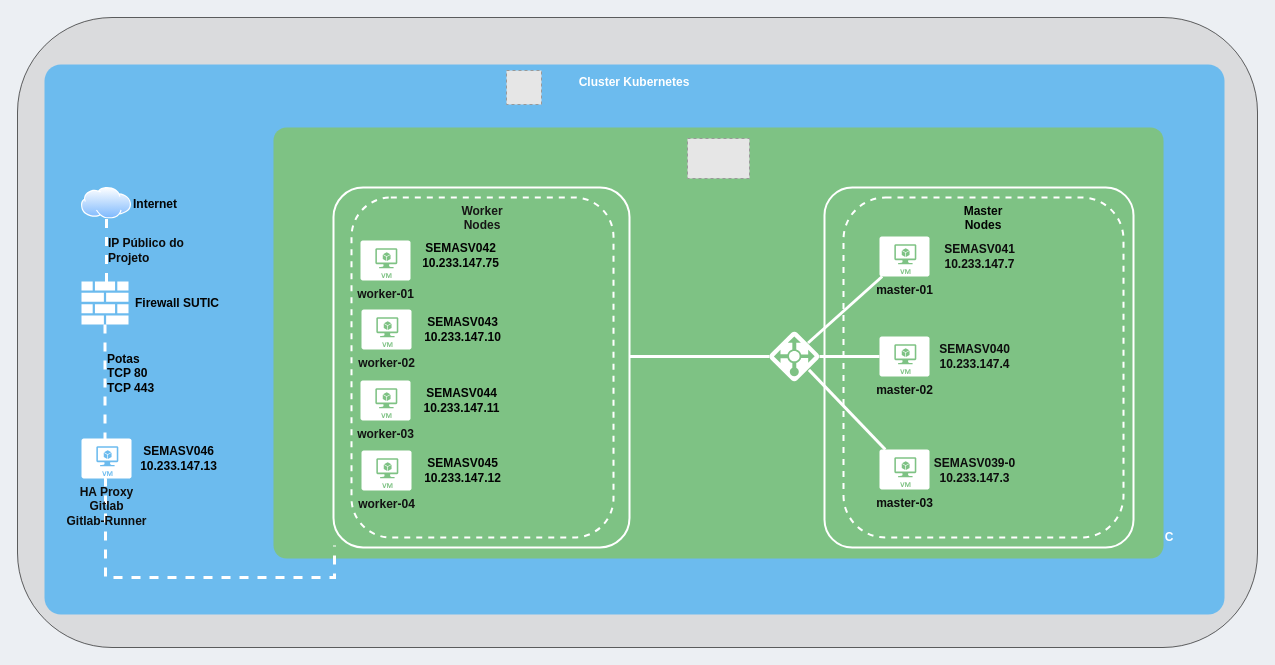
The draw.io diagram infrageral-sema.drawio in dionepcs/ghkskkdhsema, before the edit. Source tidied: cells renumbered, new cells numbered last; positions are measured from the earlier drawing's top-left corner, leaving out a move shared by most shapes. Both pictures are drawn from the tidied source at 100%, with x=0, y=0 at pixel (17, 17). Pictures stored in the file or linked from it are replaced by grey dashed boxes.
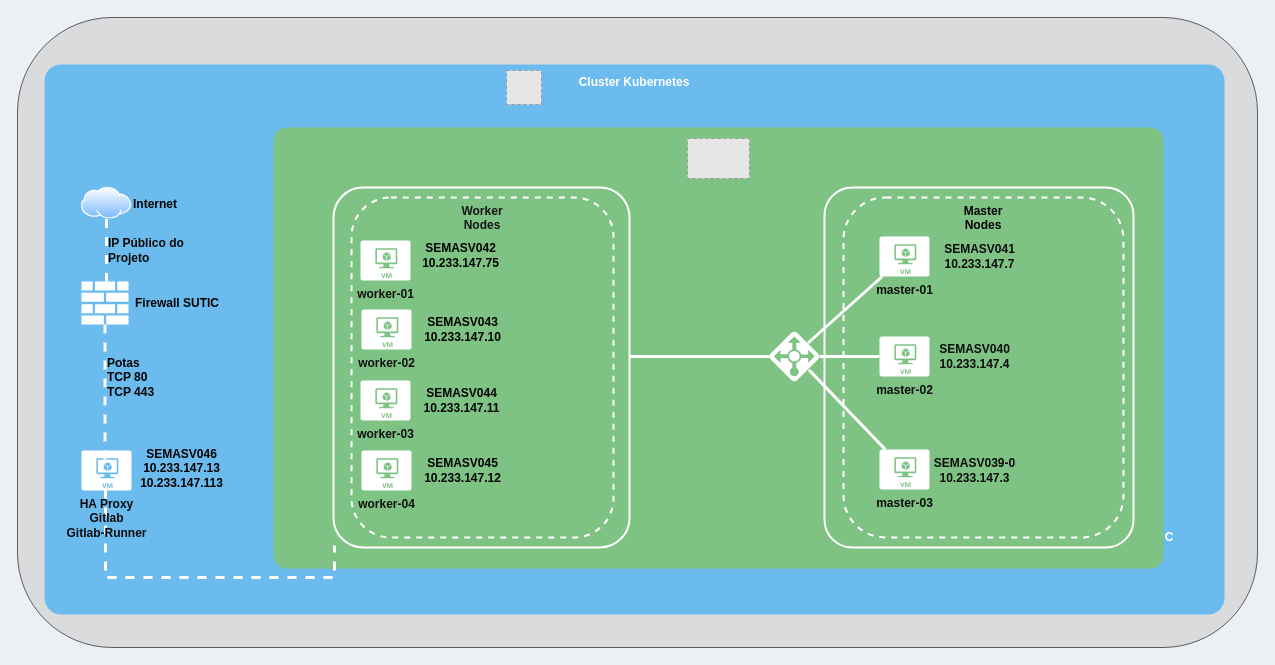
After the change.

Change to the diagram source:
```diff
@@
     <mxCell id="4" style="rounded=1;whiteSpace=wrap;html=1;shadow=0;strokeWidth=2;fillColor=#8BC63E;fontSize=12;fontColor=#000000;align=center;strokeColor=none;arcSize=3;opacity=60;fontStyle=1;" parent="1" vertex="1">
-      <mxGeometry x="256" y="110" width="890" height="431" as="geometry" />
+      <mxGeometry x="256" y="110" width="890" height="441" as="geometry" />
     </mxCell>
@@
     <mxCell id="20" value="&lt;font style=&quot;font-size: 12px;&quot;&gt;HA Proxy&lt;br style=&quot;font-size: 12px;&quot;&gt;Gitlab&lt;br style=&quot;font-size: 12px;&quot;&gt;Gitlab-Runner&lt;br style=&quot;font-size: 12px;&quot;&gt;&lt;/font&gt;" style="verticalLabelPosition=bottom;html=1;verticalAlign=top;strokeColor=none;fillColor=#FFFFFF;shape=mxgraph.azure.virtual_machine;rounded=1;shadow=0;fontSize=12;fontColor=#0d0d0d;align=center;labelPosition=center;fontStyle=1;" parent="1" vertex="1">
-      <mxGeometry x="64" y="421" width="50" height="40" as="geometry" />
+      <mxGeometry x="64" y="433" width="50" height="40" as="geometry" />
     </mxCell>
@@
-    <mxCell id="31" value="SEMASV046&lt;br style=&quot;font-size: 12px;&quot;&gt;10.233.147.13" style="text;html=1;align=center;verticalAlign=middle;strokeColor=none;fillColor=none;fontColor=#030303;fontStyle=1;fontSize=12;" parent="1" vertex="1">
-      <mxGeometry x="111" y="421" width="100" height="40" as="geometry" />
+    <mxCell id="31" value="SEMASV046&lt;br style=&quot;font-size: 12px;&quot;&gt;10.233.147.13&lt;br&gt;10.233.147.113" style="text;html=1;align=center;verticalAlign=middle;strokeColor=none;fillColor=none;fontColor=#030303;fontStyle=1;fontSize=12;" parent="1" vertex="1">
+      <mxGeometry x="109" y="421" width="110" height="60" as="geometry" />
     </mxCell>
```
